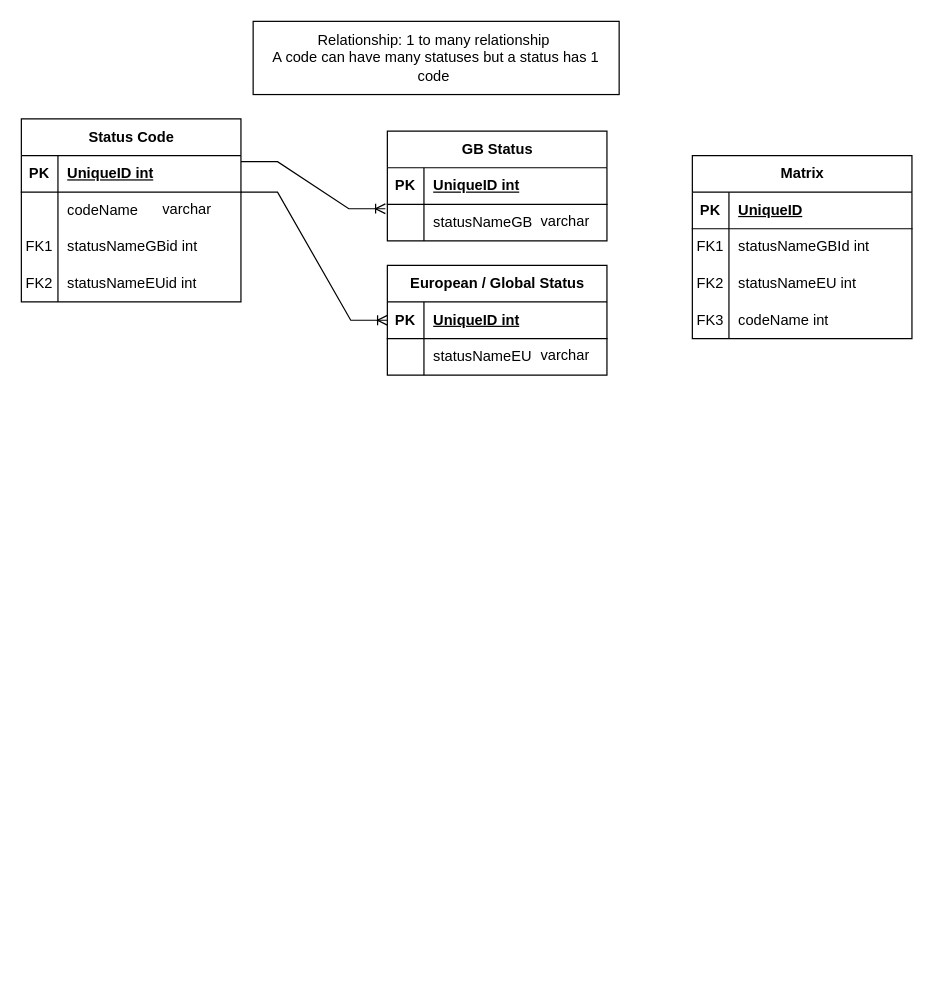
ShazSeatter/db-diagrams keeps this draw.io diagram as Untitled Diagram.drawio. Above is the earlier version. Source tidied: cells renumbered, new cells numbered last; positions are measured from the earlier drawing's top-left corner, leaving out a move shared by most shapes. Both pictures are drawn from the tidied source at 122%, with x=0, y=0 at pixel (21, 21).
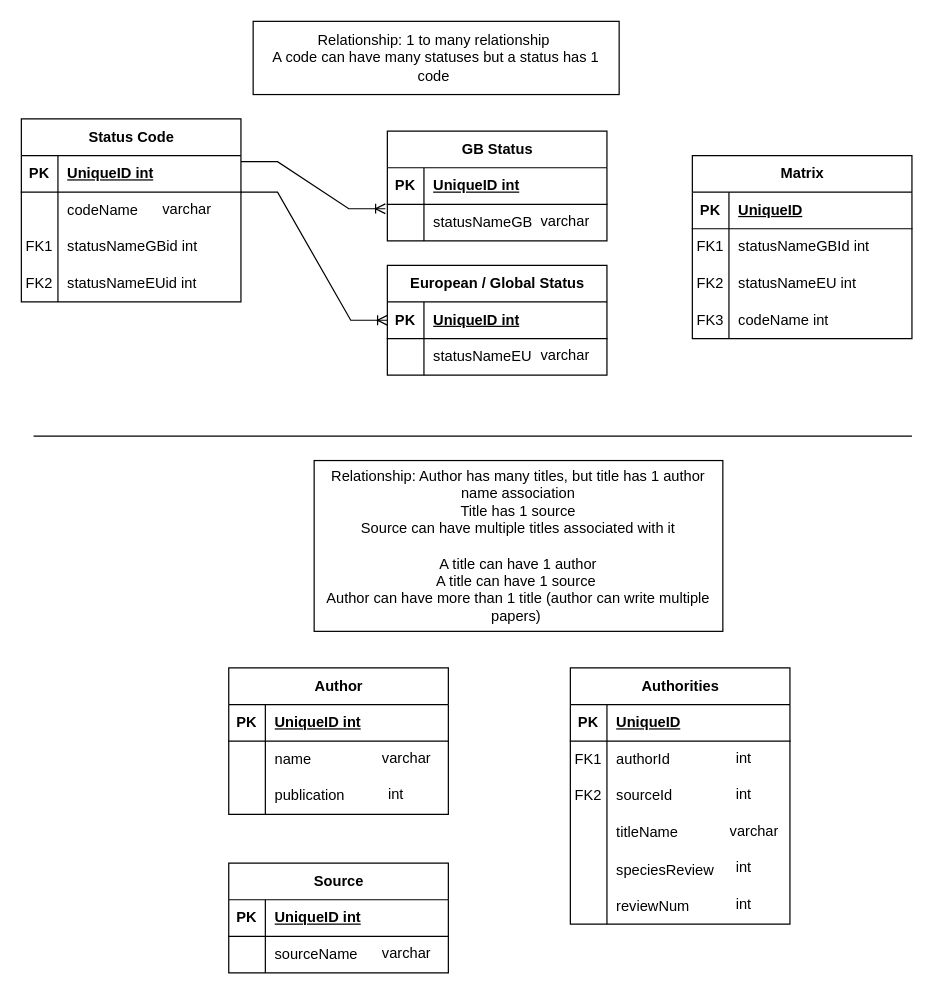
The same diagram, later.

Commit message:
Authorities diagram

Diff of the diagram source:
```diff
@@
+    <mxCell id="48" style="endArrow=none;html=1;rounded=0;" parent="1" edge="1">
+      <mxGeometry relative="1" as="geometry">
+        <mxPoint x="10" y="340" as="sourcePoint" />
+        <mxPoint x="730" y="340" as="targetPoint" />
+      </mxGeometry>
+    </mxCell>
+    <mxCell id="49" value="Author" style="shape=table;startSize=30;childLayout=tableLayout;rowLines=0;fontStyle=1;align=center;html=1;" parent="1" vertex="1">
+      <mxGeometry x="170" y="530" width="180" height="120" as="geometry" />
+    </mxCell>
+    <mxCell id="50" style="shape=tableRow;horizontal=0;startSize=0;swimlaneHead=0;swimlaneBody=0;fillColor=none;top=0;left=0;right=0;bottom=1;" parent="49" vertex="1">
+      <mxGeometry y="30" width="180" height="30" as="geometry" />
+    </mxCell>
+    <mxCell id="51" value="PK" style="shape=partialRectangle;fillColor=none;top=0;left=0;bottom=0;right=0;fontStyle=1;overflow=hidden;whiteSpace=wrap;html=1;" parent="50" vertex="1">
+      <mxGeometry width="30" height="30" as="geometry" />
+    </mxCell>
+    <mxCell id="52" value="UniqueID int" style="shape=partialRectangle;fillColor=none;top=0;left=0;bottom=0;right=0;align=left;spacingLeft=6;fontStyle=5;overflow=hidden;whiteSpace=wrap;html=1;" parent="50" vertex="1">
+      <mxGeometry x="30" width="150" height="30" as="geometry" />
+    </mxCell>
+    <mxCell id="53" style="shape=tableRow;horizontal=0;startSize=0;swimlaneHead=0;swimlaneBody=0;fillColor=none;top=0;left=0;right=0;bottom=0;" parent="49" vertex="1">
+      <mxGeometry y="60" width="180" height="30" as="geometry" />
+    </mxCell>
+    <mxCell id="54" style="shape=partialRectangle;fillColor=none;top=0;left=0;bottom=0;right=0;overflow=hidden;whiteSpace=wrap;html=1;" parent="53" vertex="1">
+      <mxGeometry width="30" height="30" as="geometry" />
+    </mxCell>
+    <mxCell id="55" value="name&amp;nbsp;" style="shape=partialRectangle;fillColor=none;top=0;left=0;bottom=0;right=0;align=left;spacingLeft=6;overflow=hidden;whiteSpace=wrap;html=1;" parent="53" vertex="1">
+      <mxGeometry x="30" width="150" height="30" as="geometry" />
+    </mxCell>
+    <mxCell id="56" style="shape=tableRow;horizontal=0;startSize=0;swimlaneHead=0;swimlaneBody=0;fillColor=none;top=0;left=0;right=0;bottom=0;" parent="49" vertex="1">
+      <mxGeometry y="90" width="180" height="30" as="geometry" />
+    </mxCell>
+    <mxCell id="57" style="shape=partialRectangle;fillColor=none;top=0;left=0;bottom=0;right=0;overflow=hidden;whiteSpace=wrap;html=1;" parent="56" vertex="1">
+      <mxGeometry width="30" height="30" as="geometry" />
+    </mxCell>
+    <mxCell id="58" value="publication" style="shape=partialRectangle;fillColor=none;top=0;left=0;bottom=0;right=0;align=left;spacingLeft=6;overflow=hidden;whiteSpace=wrap;html=1;" parent="56" vertex="1">
+      <mxGeometry x="30" width="150" height="30" as="geometry" />
+    </mxCell>
+    <mxCell id="59" value="varchar" style="text;strokeColor=none;fillColor=none;spacingLeft=4;spacingRight=4;overflow=hidden;fontSize=12;whiteSpace=wrap;html=1;" parent="1" vertex="1">
+      <mxGeometry x="290" y="590" width="50" height="30" as="geometry" />
+    </mxCell>
+    <mxCell id="60" value="int" style="text;strokeColor=none;fillColor=none;spacingLeft=4;spacingRight=4;overflow=hidden;fontSize=12;whiteSpace=wrap;html=1;" parent="1" vertex="1">
+      <mxGeometry x="295" y="620" width="40" height="30" as="geometry" />
+    </mxCell>
+    <mxCell id="61" value="Authorities" style="shape=table;startSize=30;childLayout=tableLayout;rowLines=0;fontStyle=1;align=center;html=1;" parent="1" vertex="1">
+      <mxGeometry x="450" y="530" width="180" height="210" as="geometry" />
+    </mxCell>
+    <mxCell id="62" style="shape=tableRow;horizontal=0;startSize=0;swimlaneHead=0;swimlaneBody=0;fillColor=none;top=0;left=0;right=0;bottom=1;" parent="61" vertex="1">
+      <mxGeometry y="30" width="180" height="30" as="geometry" />
+    </mxCell>
+    <mxCell id="63" value="PK" style="shape=partialRectangle;fillColor=none;top=0;left=0;bottom=0;right=0;fontStyle=1;overflow=hidden;whiteSpace=wrap;html=1;" parent="62" vertex="1">
+      <mxGeometry width="30" height="30" as="geometry" />
+    </mxCell>
+    <mxCell id="64" value="UniqueID" style="shape=partialRectangle;fillColor=none;top=0;left=0;bottom=0;right=0;align=left;spacingLeft=6;fontStyle=5;overflow=hidden;whiteSpace=wrap;html=1;" parent="62" vertex="1">
+      <mxGeometry x="30" width="150" height="30" as="geometry" />
+    </mxCell>
+    <mxCell id="65" style="shape=tableRow;horizontal=0;startSize=0;swimlaneHead=0;swimlaneBody=0;fillColor=none;top=0;left=0;right=0;bottom=0;" parent="61" vertex="1">
+      <mxGeometry y="60" width="180" height="30" as="geometry" />
+    </mxCell>
+    <mxCell id="66" value="FK1" style="shape=partialRectangle;fillColor=none;top=0;left=0;bottom=0;right=0;fontStyle=0;overflow=hidden;whiteSpace=wrap;html=1;" parent="65" vertex="1">
+      <mxGeometry width="30" height="30" as="geometry" />
+    </mxCell>
+    <mxCell id="67" value="authorId" style="shape=partialRectangle;fillColor=none;top=0;left=0;bottom=0;right=0;align=left;spacingLeft=6;fontStyle=0;overflow=hidden;whiteSpace=wrap;html=1;" parent="65" vertex="1">
+      <mxGeometry x="30" width="150" height="30" as="geometry" />
+    </mxCell>
+    <mxCell id="68" style="shape=tableRow;horizontal=0;startSize=0;swimlaneHead=0;swimlaneBody=0;fillColor=none;top=0;left=0;right=0;bottom=0;" parent="61" vertex="1">
+      <mxGeometry y="90" width="180" height="30" as="geometry" />
+    </mxCell>
+    <mxCell id="69" value="FK2" style="shape=partialRectangle;fillColor=none;top=0;left=0;bottom=0;right=0;fontStyle=0;overflow=hidden;whiteSpace=wrap;html=1;" parent="68" vertex="1">
+      <mxGeometry width="30" height="30" as="geometry" />
+    </mxCell>
+    <mxCell id="70" value="sourceId" style="shape=partialRectangle;fillColor=none;top=0;left=0;bottom=0;right=0;align=left;spacingLeft=6;fontStyle=0;overflow=hidden;whiteSpace=wrap;html=1;" parent="68" vertex="1">
+      <mxGeometry x="30" width="150" height="30" as="geometry" />
+    </mxCell>
+    <mxCell id="71" style="shape=tableRow;horizontal=0;startSize=0;swimlaneHead=0;swimlaneBody=0;fillColor=none;top=0;left=0;right=0;bottom=0;" parent="61" vertex="1">
+      <mxGeometry y="120" width="180" height="30" as="geometry" />
+    </mxCell>
+    <mxCell id="72" style="shape=partialRectangle;fillColor=none;top=0;left=0;bottom=0;right=0;overflow=hidden;whiteSpace=wrap;html=1;" parent="71" vertex="1">
+      <mxGeometry width="30" height="30" as="geometry" />
+    </mxCell>
+    <mxCell id="73" value="titleName&amp;nbsp;" style="shape=partialRectangle;fillColor=none;top=0;left=0;bottom=0;right=0;align=left;spacingLeft=6;overflow=hidden;whiteSpace=wrap;html=1;" parent="71" vertex="1">
+      <mxGeometry x="30" width="150" height="30" as="geometry" />
+    </mxCell>
+    <mxCell id="74" style="shape=tableRow;horizontal=0;startSize=0;swimlaneHead=0;swimlaneBody=0;fillColor=none;top=0;left=0;right=0;bottom=0;" parent="61" vertex="1">
+      <mxGeometry y="150" width="180" height="30" as="geometry" />
+    </mxCell>
+    <mxCell id="75" style="shape=partialRectangle;fillColor=none;top=0;left=0;bottom=0;right=0;overflow=hidden;" parent="74" vertex="1">
+      <mxGeometry width="30" height="30" as="geometry" />
+    </mxCell>
+    <mxCell id="76" value="speciesReview" style="shape=partialRectangle;fillColor=none;top=0;left=0;bottom=0;right=0;align=left;spacingLeft=6;overflow=hidden;" parent="74" vertex="1">
+      <mxGeometry x="30" width="150" height="30" as="geometry" />
+    </mxCell>
+    <mxCell id="77" style="shape=tableRow;horizontal=0;startSize=0;swimlaneHead=0;swimlaneBody=0;fillColor=none;top=0;left=0;right=0;bottom=0;" parent="61" vertex="1">
+      <mxGeometry y="180" width="180" height="30" as="geometry" />
+    </mxCell>
+    <mxCell id="78" style="shape=partialRectangle;fillColor=none;top=0;left=0;bottom=0;right=0;overflow=hidden;" parent="77" vertex="1">
+      <mxGeometry width="30" height="30" as="geometry" />
+    </mxCell>
+    <mxCell id="79" value="reviewNum" style="shape=partialRectangle;fillColor=none;top=0;left=0;bottom=0;right=0;align=left;spacingLeft=6;overflow=hidden;" parent="77" vertex="1">
+      <mxGeometry x="30" width="150" height="30" as="geometry" />
+    </mxCell>
+    <mxCell id="80" value="int" style="text;strokeColor=none;fillColor=none;spacingLeft=4;spacingRight=4;overflow=hidden;fontSize=12;whiteSpace=wrap;html=1;" parent="1" vertex="1">
+      <mxGeometry x="580" y="590" width="40" height="30" as="geometry" />
+    </mxCell>
+    <mxCell id="81" value="int" style="text;strokeColor=none;fillColor=none;spacingLeft=4;spacingRight=4;overflow=hidden;fontSize=12;whiteSpace=wrap;html=1;" parent="1" vertex="1">
+      <mxGeometry x="580" y="620" width="40" height="30" as="geometry" />
+    </mxCell>
+    <mxCell id="82" value="varchar" style="text;strokeColor=none;fillColor=none;spacingLeft=4;spacingRight=4;overflow=hidden;fontSize=12;whiteSpace=wrap;html=1;" parent="1" vertex="1">
+      <mxGeometry x="575" y="650" width="50" height="30" as="geometry" />
+    </mxCell>
+    <mxCell id="83" value="int" style="text;strokeColor=none;fillColor=none;spacingLeft=4;spacingRight=4;overflow=hidden;fontSize=12;whiteSpace=wrap;html=1;" parent="1" vertex="1">
+      <mxGeometry x="580" y="680" width="40" height="30" as="geometry" />
+    </mxCell>
+    <mxCell id="84" value="int" style="text;strokeColor=none;fillColor=none;spacingLeft=4;spacingRight=4;overflow=hidden;fontSize=12;whiteSpace=wrap;html=1;" parent="1" vertex="1">
+      <mxGeometry x="580" y="710" width="40" height="30" as="geometry" />
+    </mxCell>
+    <mxCell id="85" value="Source" style="shape=table;startSize=30;childLayout=tableLayout;rowLines=0;fontStyle=1;align=center;html=1;" parent="1" vertex="1">
+      <mxGeometry x="170" y="690" width="180" height="90" as="geometry" />
+    </mxCell>
+    <mxCell id="86" style="shape=tableRow;horizontal=0;startSize=0;swimlaneHead=0;swimlaneBody=0;fillColor=none;top=0;left=0;right=0;bottom=1;" parent="85" vertex="1">
+      <mxGeometry y="30" width="180" height="30" as="geometry" />
+    </mxCell>
+    <mxCell id="87" value="PK" style="shape=partialRectangle;fillColor=none;top=0;left=0;bottom=0;right=0;fontStyle=1;overflow=hidden;whiteSpace=wrap;html=1;" parent="86" vertex="1">
+      <mxGeometry width="30" height="30" as="geometry" />
+    </mxCell>
+    <mxCell id="88" value="UniqueID int" style="shape=partialRectangle;fillColor=none;top=0;left=0;bottom=0;right=0;align=left;spacingLeft=6;fontStyle=5;overflow=hidden;whiteSpace=wrap;html=1;" parent="86" vertex="1">
+      <mxGeometry x="30" width="150" height="30" as="geometry" />
+    </mxCell>
+    <mxCell id="89" style="shape=tableRow;horizontal=0;startSize=0;swimlaneHead=0;swimlaneBody=0;fillColor=none;top=0;left=0;right=0;bottom=0;" parent="85" vertex="1">
+      <mxGeometry y="60" width="180" height="30" as="geometry" />
+    </mxCell>
+    <mxCell id="90" style="shape=partialRectangle;fillColor=none;top=0;left=0;bottom=0;right=0;overflow=hidden;whiteSpace=wrap;html=1;" parent="89" vertex="1">
+      <mxGeometry width="30" height="30" as="geometry" />
+    </mxCell>
+    <mxCell id="91" value="sourceName" style="shape=partialRectangle;fillColor=none;top=0;left=0;bottom=0;right=0;align=left;spacingLeft=6;overflow=hidden;whiteSpace=wrap;html=1;" parent="89" vertex="1">
+      <mxGeometry x="30" width="150" height="30" as="geometry" />
+    </mxCell>
+    <mxCell id="92" value="varchar" style="text;strokeColor=none;fillColor=none;spacingLeft=4;spacingRight=4;overflow=hidden;fontSize=12;whiteSpace=wrap;html=1;" parent="1" vertex="1">
+      <mxGeometry x="290" y="750" width="50" height="30" as="geometry" />
+    </mxCell>
+    <mxCell id="93" value="Relationship: Author has many titles, but title has 1 author name association&lt;br&gt;Title has 1 source&lt;br&gt;Source can have multiple titles associated with it&lt;br&gt;&lt;br&gt;A title can have 1 author&lt;br&gt;A title can have 1 source&amp;nbsp;&lt;br&gt;Author can have more than 1 title (author can write multiple papers)&amp;nbsp;" style="rounded=0;whiteSpace=wrap;html=1;" parent="1" vertex="1">
+      <mxGeometry x="240" y="360" width="335" height="140" as="geometry" />
+    </mxCell>
```
